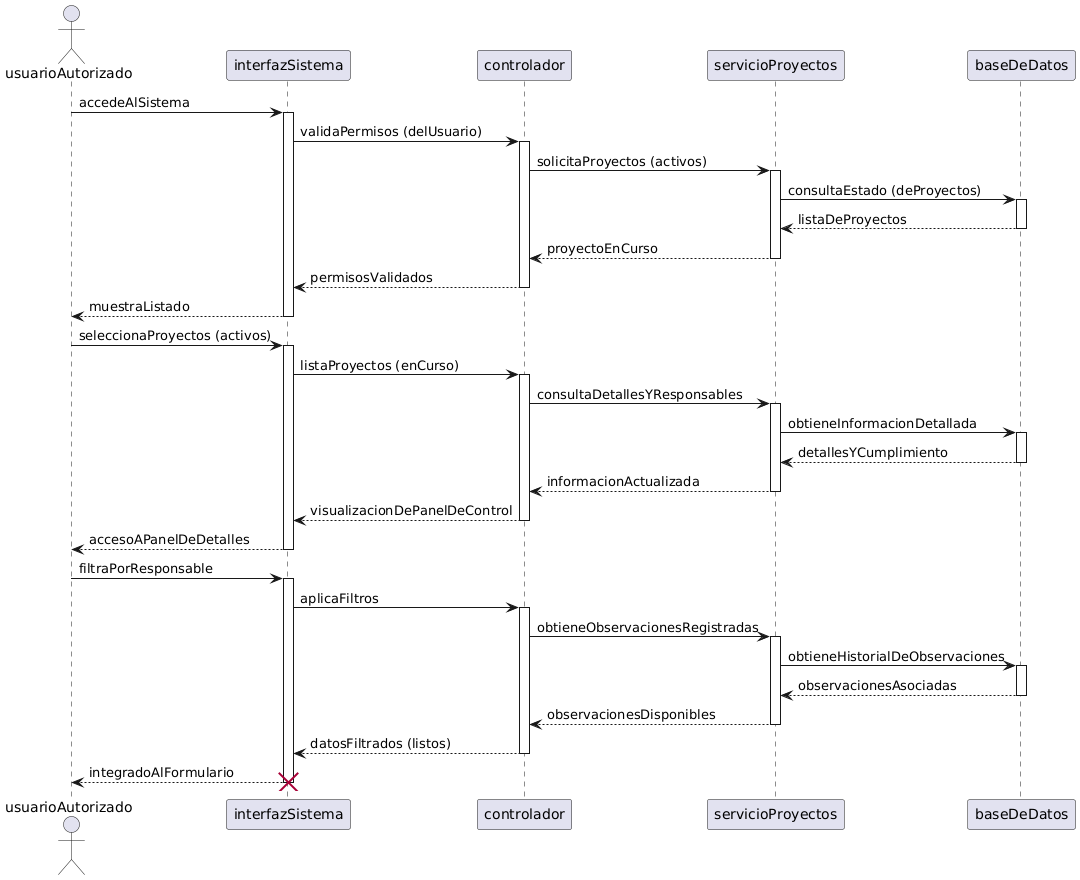
Earlier version of the PlantUML export diagramas/05-diagramas-secuencia/05-secuencia-consulta-proyectos-activos-consulta-exitosa-de-proyectos-activos-05.png (9919-Mili/SistemaProductoraVideos).
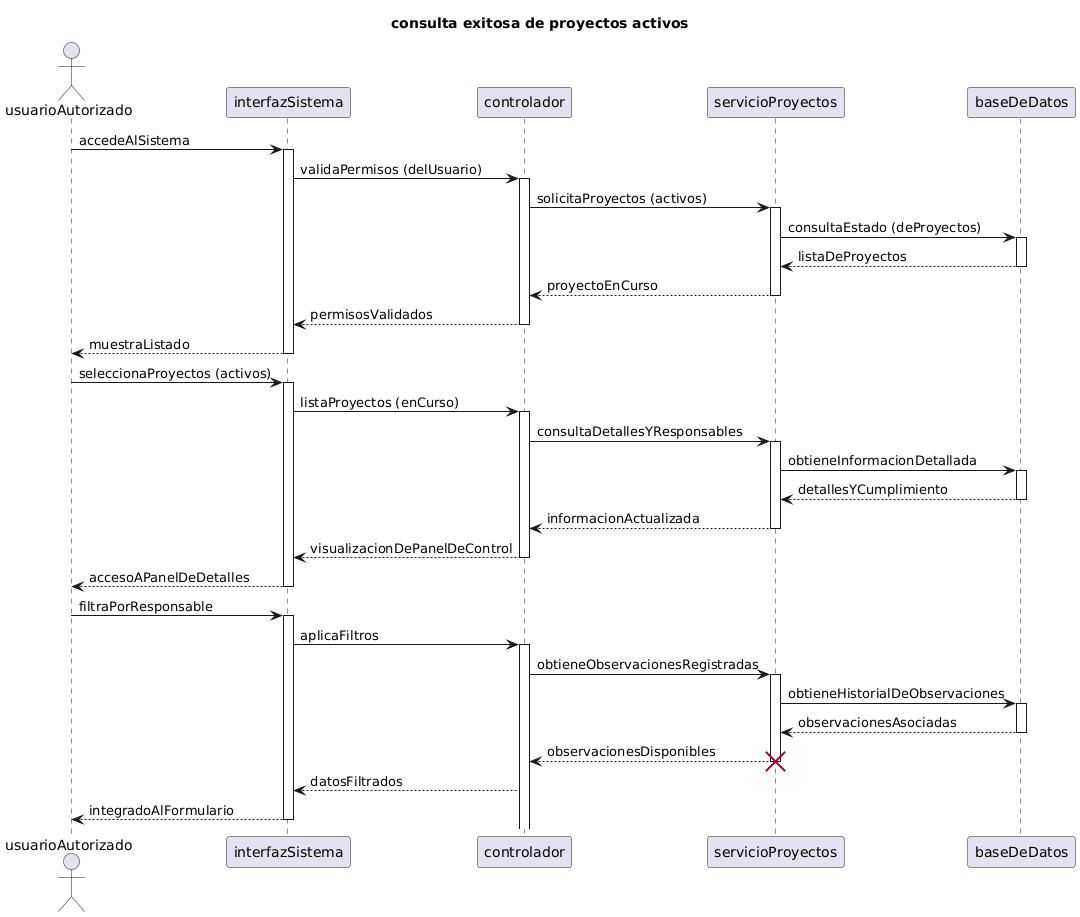
The same diagram one commit later.

Change to the diagram source:
```diff
@@ -1,9 +1,11 @@
 @startuml
+title consulta exitosa de proyectos activos
+
 actor usuarioAutorizado
-participant interfazSistema
-participant controlador
-participant servicioProyectos
-participant baseDeDatos
+participant interfazSistema as interfazSistema
+participant controlador as controlador
+participant servicioProyectos as servicioProyectos
+participant baseDeDatos as baseDeDatos
 
 
 usuarioAutorizado -> interfazSistema: accedeAlSistema
@@ -52,11 +54,8 @@
 deactivate baseDeDatos
 servicioProyectos --> controlador: observacionesDisponibles
 deactivate servicioProyectos
-controlador --> interfazSistema: datosFiltrados (listos)
-deactivate controlador
+destroy servicioProyectos
+controlador --> interfazSistema: datosFiltrados
 interfazSistema --> usuarioAutorizado: integradoAlFormulario
 deactivate interfazSistema
-
-
-destroy interfazSistema
 @enduml
```
